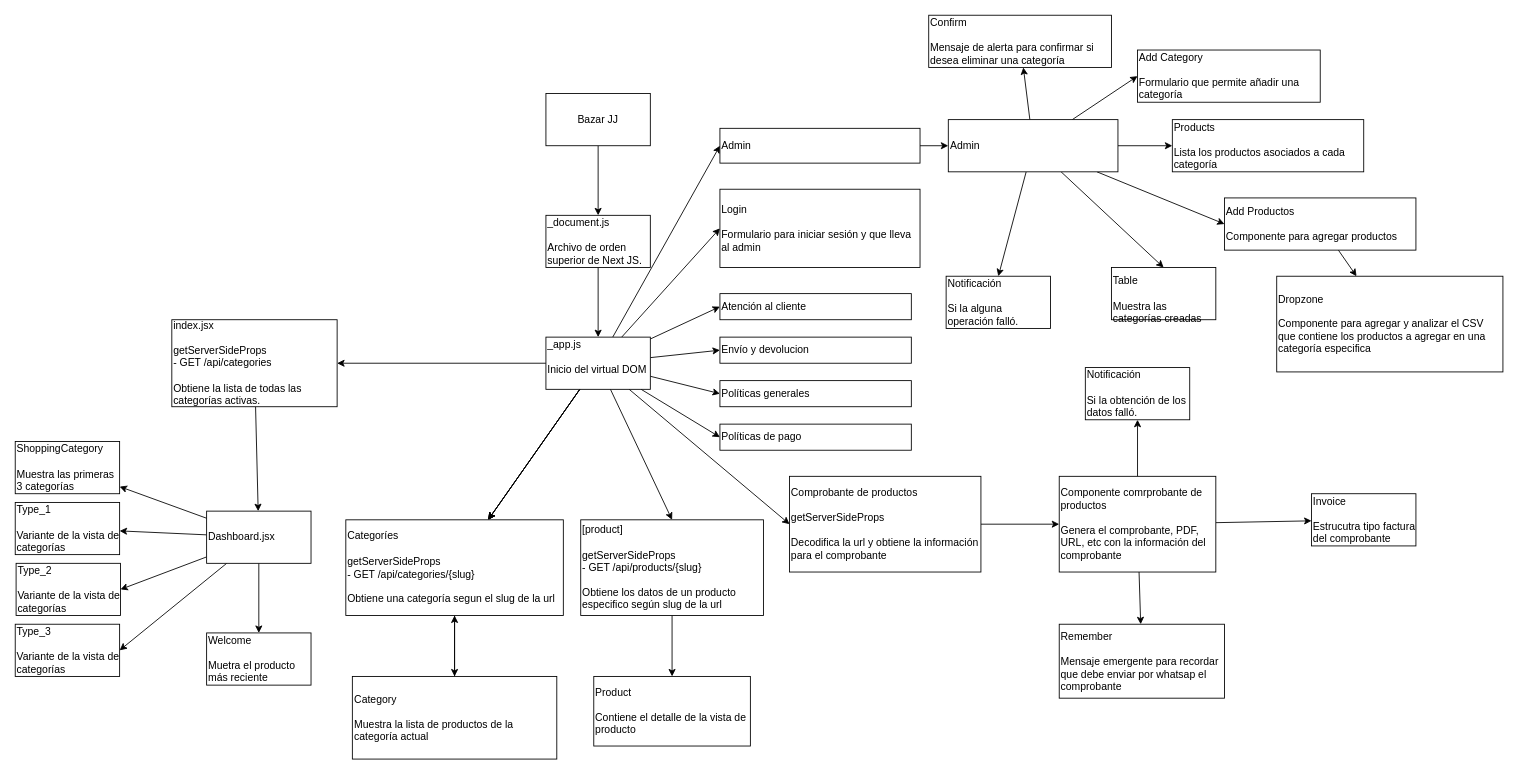
Before: page "Page-1" (1 of 2) of diagrama.drawio in DanyDanny7/bazzar-jj, a draw.io diagram. Source tidied: cells renumbered, new cells numbered last; positions are measured from the earlier drawing's top-left corner, leaving out a move shared by most shapes. Both pictures are drawn from the tidied source at 87%, with x=0, y=0 at pixel (15, 15).
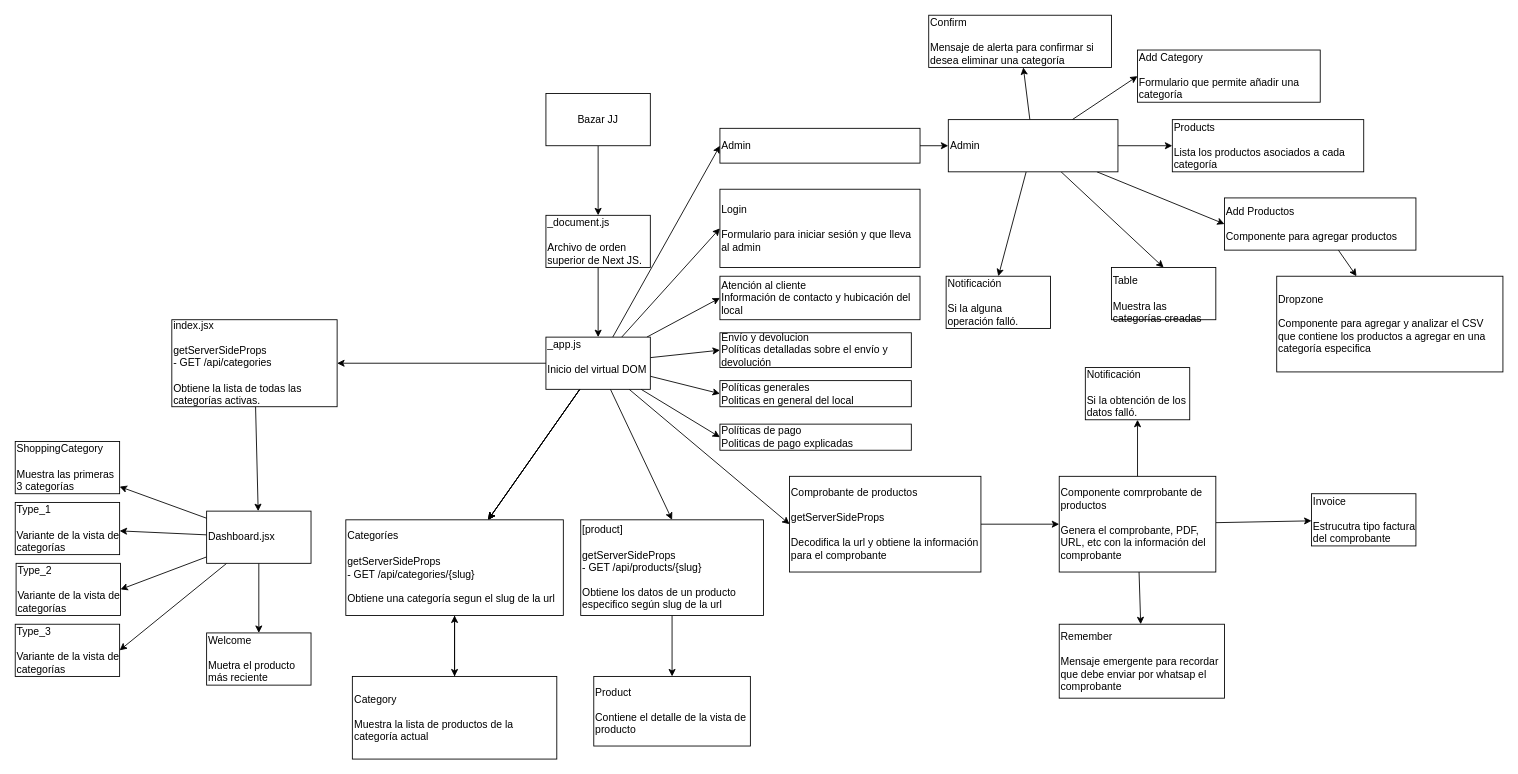
The same page after the edit.

Diff of the diagram source:
```diff
@@
-    <mxCell id="43" value="Atención al cliente" style="whiteSpace=wrap;html=1;align=left;rounded=0;" parent="1" vertex="1">
-      <mxGeometry x="810" y="320" width="220" height="30" as="geometry" />
+    <mxCell id="43" value="Atención al cliente&lt;br&gt;Información de contacto y hubicación del local" style="whiteSpace=wrap;html=1;align=left;rounded=0;" parent="1" vertex="1">
+      <mxGeometry x="810" y="300" width="230" height="50" as="geometry" />
     </mxCell>
-    <mxCell id="44" value="Envío y devolucion" style="whiteSpace=wrap;html=1;align=left;rounded=0;" parent="1" vertex="1">
-      <mxGeometry x="810" y="370" width="220" height="30" as="geometry" />
+    <mxCell id="44" value="Envío y devolucion&lt;br&gt;Políticas detalladas sobre el envío y devolución" style="whiteSpace=wrap;html=1;align=left;rounded=0;" parent="1" vertex="1">
+      <mxGeometry x="810" y="365" width="220" height="40" as="geometry" />
     </mxCell>
-    <mxCell id="45" value="Políticas generales" style="whiteSpace=wrap;html=1;align=left;rounded=0;" parent="1" vertex="1">
+    <mxCell id="45" value="Políticas generales&lt;br&gt;Politicas en general del local" style="whiteSpace=wrap;html=1;align=left;rounded=0;" parent="1" vertex="1">
       <mxGeometry x="810" y="420" width="220" height="30" as="geometry" />
     </mxCell>
-    <mxCell id="46" value="Políticas de pago" style="whiteSpace=wrap;html=1;align=left;rounded=0;" parent="1" vertex="1">
+    <mxCell id="46" value="Políticas de pago&lt;br&gt;Politicas de pago explicadas" style="whiteSpace=wrap;html=1;align=left;rounded=0;" parent="1" vertex="1">
       <mxGeometry x="810" y="470" width="220" height="30" as="geometry" />
     </mxCell>
```
